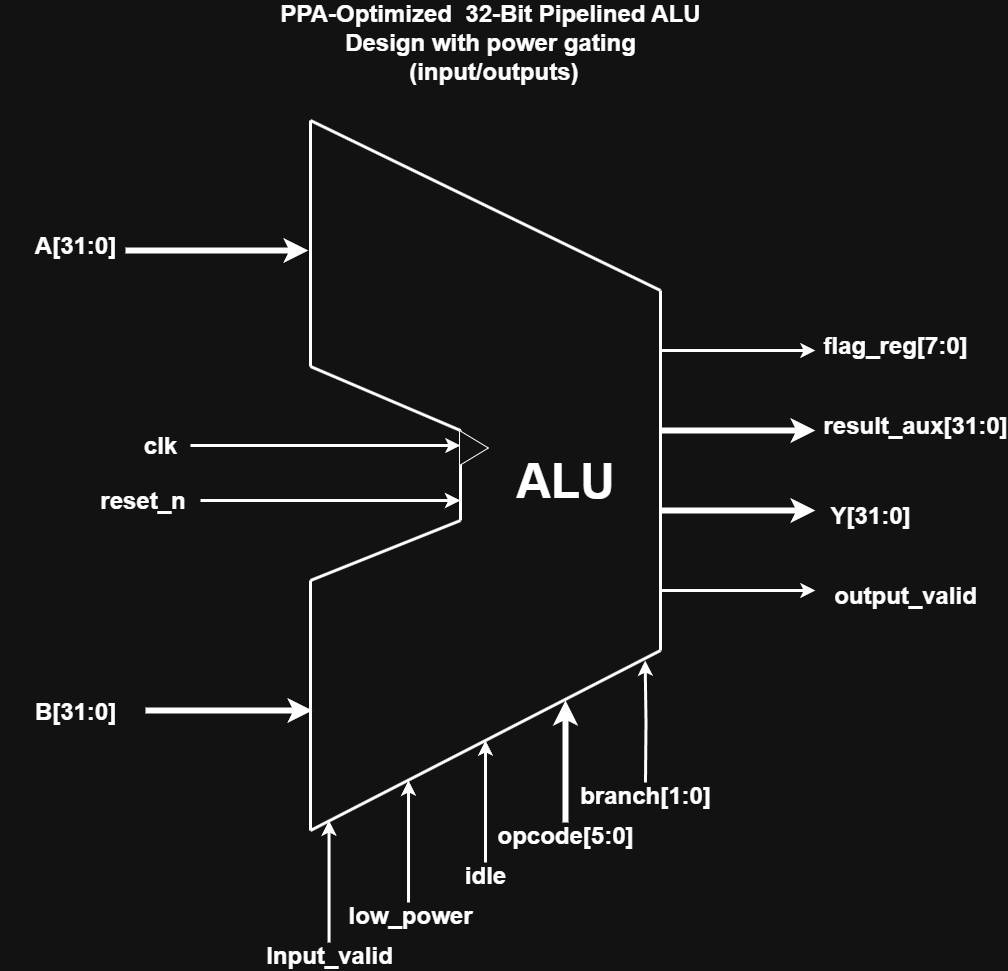
Earlier version of the draw.io export documents/schematics/alu_simple.drawio.png (BekiryY/PPA-Optimized-32-bit-Pipelined-ALU-Design). Source tidied: cells renumbered, new cells last; positions are measured from the earlier drawing's top-left corner, leaving out a move shared by most shapes.
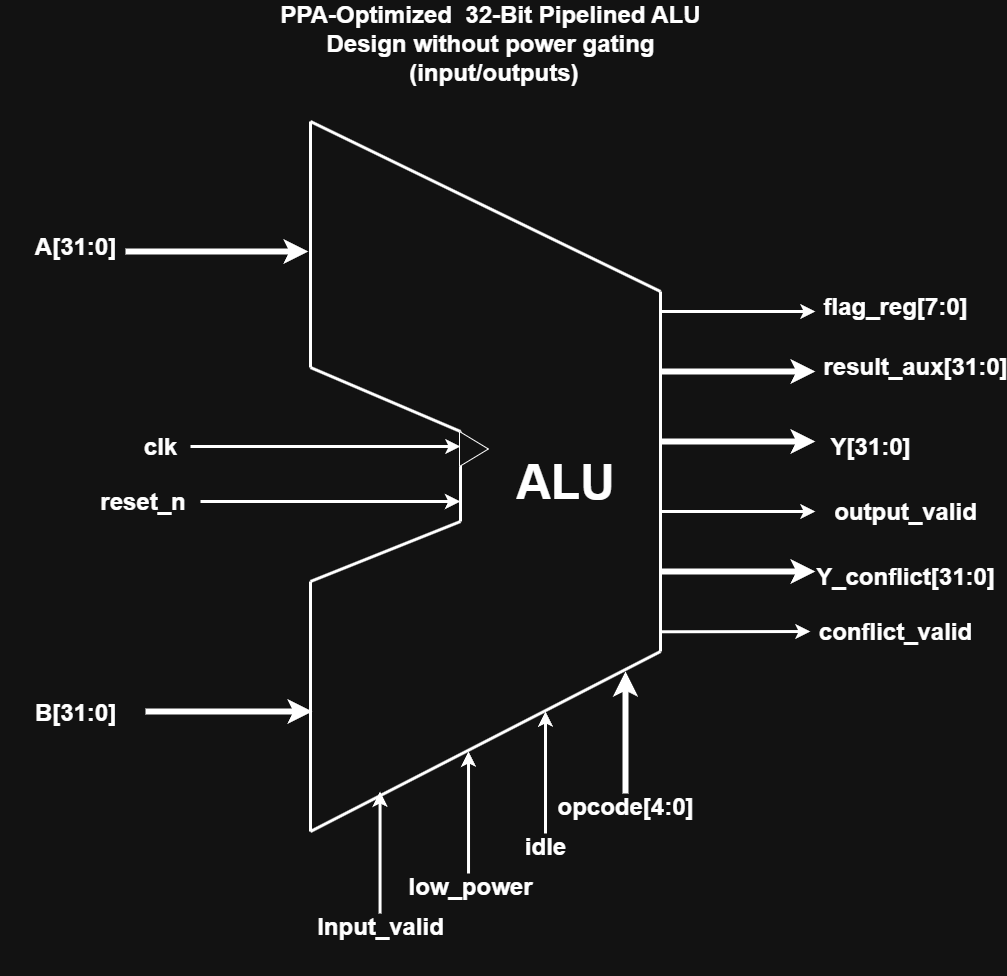
After the commit.

Commit message:
updating schematic views

Diff of the diagram source:
```diff
@@ -2,7 +2,7 @@
   <root>
     <mxCell id="0" />
     <mxCell id="1" parent="0" />
-    <mxCell id="2" value="PPA-Optimized&amp;nbsp; 32-Bit Pipelined ALU Design with power gating&lt;div&gt;&amp;nbsp;(input/outputs)&lt;/div&gt;" style="text;html=1;align=center;verticalAlign=middle;whiteSpace=wrap;rounded=0;fontSize=24;fontStyle=1;" parent="1" vertex="1">
+    <mxCell id="2" value="PPA-Optimized&amp;nbsp; 32-Bit Pipelined ALU Design without power gating&lt;div&gt;&amp;nbsp;(input/outputs)&lt;/div&gt;" style="text;html=1;align=center;verticalAlign=middle;whiteSpace=wrap;rounded=0;fontSize=24;fontStyle=1;" parent="1" vertex="1">
       <mxGeometry x="250" width="480" height="84" as="geometry" />
     </mxCell>
     <mxCell id="3" style="endArrow=classic;html=1;rounded=0;strokeWidth=6;" parent="1" edge="1">
@@ -18,14 +18,8 @@
       </mxGeometry>
     </mxCell>
     <mxCell id="5" style="group;rotation=90;" parent="1" vertex="1">
-      <mxGeometry x="130" y="300" width="710" height="590" as="geometry" />
+      <mxGeometry x="130" y="300" width="710" height="640" as="geometry" />
     </mxCell>
-    <mxCell id="6" style="endArrow=none;html=1;rounded=0;strokeWidth=3;" parent="5" edge="1">
-      <mxGeometry relative="1" as="geometry">
-        <mxPoint x="330" y="220" as="sourcePoint" />
-        <mxPoint x="180" y="280" as="targetPoint" />
-      </mxGeometry>
-    </mxCell>
     <mxCell id="7" style="endArrow=none;html=1;rounded=0;strokeWidth=3;" parent="5" edge="1">
       <mxGeometry relative="1" as="geometry">
         <mxPoint x="530" y="350" as="sourcePoint" />
@@ -38,12 +32,6 @@
         <mxPoint x="180" y="530" as="targetPoint" />
       </mxGeometry>
     </mxCell>
-    <mxCell id="9" style="endArrow=none;html=1;rounded=0;strokeWidth=3;" parent="5" edge="1">
-      <mxGeometry relative="1" as="geometry">
-        <mxPoint x="530" y="-10" as="sourcePoint" />
-        <mxPoint x="180" y="-180" as="targetPoint" />
-      </mxGeometry>
-    </mxCell>
     <mxCell id="10" style="endArrow=none;html=1;rounded=0;strokeWidth=3;" parent="5" edge="1">
       <mxGeometry relative="1" as="geometry">
         <mxPoint x="330" y="130" as="sourcePoint" />
@@ -62,12 +50,6 @@
         <mxPoint x="330" y="220" as="targetPoint" />
       </mxGeometry>
     </mxCell>
-    <mxCell id="13" style="endArrow=none;html=1;rounded=0;strokeWidth=3;" parent="5" edge="1">
-      <mxGeometry relative="1" as="geometry">
-        <mxPoint x="530" y="350" as="sourcePoint" />
-        <mxPoint x="530" y="-10" as="targetPoint" />
-      </mxGeometry>
-    </mxCell>
     <mxCell id="14" style="endArrow=classic;html=1;rounded=0;strokeWidth=3;exitX=1;exitY=0.5;exitDx=0;exitDy=0;" parent="5" edge="1" source="34">
       <mxGeometry relative="1" as="geometry">
         <mxPoint x="330" y="145" as="targetPoint" />
@@ -81,104 +63,140 @@
     <mxCell id="16" style="triangle;whiteSpace=wrap;html=1;" parent="5" vertex="1">
       <mxGeometry x="329" y="130" width="28.9" height="35" as="geometry" />
     </mxCell>
-    <mxCell id="17" style="edgeStyle=orthogonalEdgeStyle;rounded=0;orthogonalLoop=1;jettySize=auto;html=1;strokeWidth=3;" parent="5" edge="1">
-      <mxGeometry relative="1" as="geometry">
-        <mxPoint x="355" y="562" as="sourcePoint" />
-        <mxPoint x="355" y="440" as="targetPoint" />
-      </mxGeometry>
-    </mxCell>
-    <mxCell id="18" value="&lt;b&gt;&lt;font style=&quot;font-size: 24px;&quot;&gt;idle&lt;/font&gt;&lt;/b&gt;" style="text;html=1;align=center;verticalAlign=middle;whiteSpace=wrap;rounded=0;" parent="5" vertex="1">
-      <mxGeometry x="325" y="560" width="60" height="30" as="geometry" />
-    </mxCell>
-    <mxCell id="19" style="edgeStyle=orthogonalEdgeStyle;rounded=0;orthogonalLoop=1;jettySize=auto;html=1;strokeWidth=6;" parent="5" edge="1">
-      <mxGeometry relative="1" as="geometry">
-        <mxPoint x="435" y="522" as="sourcePoint" />
-        <mxPoint x="435" y="400" as="targetPoint" />
-      </mxGeometry>
-    </mxCell>
-    <mxCell id="20" value="opcode[5:0]" style="text;html=1;align=center;verticalAlign=middle;whiteSpace=wrap;rounded=0;fontStyle=1;fontSize=24;" parent="5" vertex="1">
-      <mxGeometry x="405" y="520" width="60" height="30" as="geometry" />
-    </mxCell>
-    <mxCell id="21" value="&lt;b&gt;&lt;font style=&quot;font-size: 24px;&quot;&gt;branch[1:0]&lt;/font&gt;&lt;/b&gt;" style="text;html=1;align=center;verticalAlign=middle;whiteSpace=wrap;rounded=0;" parent="5" vertex="1">
-      <mxGeometry x="485" y="480" width="60" height="30" as="geometry" />
-    </mxCell>
-    <mxCell id="22" style="edgeStyle=orthogonalEdgeStyle;rounded=0;orthogonalLoop=1;jettySize=auto;html=1;strokeWidth=3;" parent="5" edge="1">
-      <mxGeometry relative="1" as="geometry">
-        <mxPoint x="515" y="482" as="sourcePoint" />
-        <mxPoint x="514.6" y="360" as="targetPoint" />
-      </mxGeometry>
-    </mxCell>
-    <mxCell id="23" style="edgeStyle=orthogonalEdgeStyle;rounded=0;orthogonalLoop=1;jettySize=auto;html=1;exitX=0.5;exitY=1;exitDx=0;exitDy=0;" parent="5" edge="1" source="21" target="21">
-      <mxGeometry relative="1" as="geometry" />
+    <mxCell id="23" style="edgeStyle=orthogonalEdgeStyle;rounded=0;orthogonalLoop=1;jettySize=auto;html=1;exitX=0.5;exitY=1;exitDx=0;exitDy=0;" parent="5" edge="1">
+      <mxGeometry relative="1" as="geometry">
+        <mxPoint x="515" y="510" as="sourcePoint" />
+        <mxPoint x="515" y="510" as="targetPoint" />
+      </mxGeometry>
     </mxCell>
     <mxCell id="24" style="endArrow=classic;html=1;rounded=0;strokeWidth=6;startSize=6;" parent="5" edge="1">
       <mxGeometry relative="1" as="geometry">
-        <mxPoint x="530" y="210" as="sourcePoint" />
-        <mxPoint x="685" y="210" as="targetPoint" />
+        <mxPoint x="530" y="140" as="sourcePoint" />
+        <mxPoint x="685" y="140" as="targetPoint" />
       </mxGeometry>
     </mxCell>
     <mxCell id="25" style="endArrow=classic;html=1;rounded=0;strokeWidth=6;startSize=6;" parent="5" edge="1">
       <mxGeometry relative="1" as="geometry">
-        <mxPoint x="530" y="130" as="sourcePoint" />
-        <mxPoint x="685" y="130" as="targetPoint" />
+        <mxPoint x="530" y="70" as="sourcePoint" />
+        <mxPoint x="685" y="70" as="targetPoint" />
       </mxGeometry>
     </mxCell>
     <mxCell id="26" style="endArrow=classic;html=1;rounded=0;strokeWidth=3;startSize=6;" parent="5" edge="1">
       <mxGeometry relative="1" as="geometry">
-        <mxPoint x="530" y="50" as="sourcePoint" />
-        <mxPoint x="685" y="50" as="targetPoint" />
+        <mxPoint x="530" y="10" as="sourcePoint" />
+        <mxPoint x="685" y="10" as="targetPoint" />
       </mxGeometry>
     </mxCell>
     <mxCell id="27" style="endArrow=classic;html=1;rounded=0;strokeWidth=3;startSize=6;" parent="5" edge="1">
       <mxGeometry relative="1" as="geometry">
-        <mxPoint x="530" y="290" as="sourcePoint" />
-        <mxPoint x="685" y="290" as="targetPoint" />
+        <mxPoint x="530" y="210" as="sourcePoint" />
+        <mxPoint x="685" y="210" as="targetPoint" />
       </mxGeometry>
     </mxCell>
     <mxCell id="28" value="&lt;font style=&quot;font-size: 48px;&quot;&gt;&lt;b style=&quot;&quot;&gt;ALU&lt;/b&gt;&lt;/font&gt;" style="text;html=1;align=center;verticalAlign=middle;whiteSpace=wrap;rounded=0;" parent="5" vertex="1">
       <mxGeometry x="405" y="165" width="60" height="30" as="geometry" />
     </mxCell>
+    <mxCell id="17" style="edgeStyle=orthogonalEdgeStyle;rounded=0;orthogonalLoop=1;jettySize=auto;html=1;strokeWidth=3;" parent="5" edge="1">
+      <mxGeometry relative="1" as="geometry">
+        <mxPoint x="415" y="532" as="sourcePoint" />
+        <mxPoint x="415" y="410" as="targetPoint" />
+      </mxGeometry>
+    </mxCell>
+    <mxCell id="18" value="&lt;b&gt;&lt;font style=&quot;font-size: 24px;&quot;&gt;idle&lt;/font&gt;&lt;/b&gt;" style="text;html=1;align=center;verticalAlign=middle;whiteSpace=wrap;rounded=0;" parent="5" vertex="1">
+      <mxGeometry x="385" y="530" width="60" height="30" as="geometry" />
+    </mxCell>
+    <mxCell id="19" style="edgeStyle=orthogonalEdgeStyle;rounded=0;orthogonalLoop=1;jettySize=auto;html=1;strokeWidth=6;" parent="5" edge="1">
+      <mxGeometry relative="1" as="geometry">
+        <mxPoint x="495" y="492" as="sourcePoint" />
+        <mxPoint x="495" y="370" as="targetPoint" />
+      </mxGeometry>
+    </mxCell>
+    <mxCell id="20" value="opcode[4:0]" style="text;html=1;align=center;verticalAlign=middle;whiteSpace=wrap;rounded=0;fontStyle=1;fontSize=24;" parent="5" vertex="1">
+      <mxGeometry x="465" y="490" width="60" height="30" as="geometry" />
+    </mxCell>
+    <mxCell id="35" style="edgeStyle=orthogonalEdgeStyle;rounded=0;orthogonalLoop=1;jettySize=auto;html=1;strokeWidth=3;" parent="5" edge="1">
+      <mxGeometry relative="1" as="geometry">
+        <mxPoint x="338" y="572" as="sourcePoint" />
+        <mxPoint x="338" y="450" as="targetPoint" />
+      </mxGeometry>
+    </mxCell>
+    <mxCell id="36" value="&lt;font style=&quot;font-size: 24px;&quot;&gt;&lt;b&gt;low_power&lt;/b&gt;&lt;/font&gt;" style="text;html=1;align=center;verticalAlign=middle;whiteSpace=wrap;rounded=0;" parent="5" vertex="1">
+      <mxGeometry x="310" y="570" width="60" height="30" as="geometry" />
+    </mxCell>
+    <mxCell id="31" style="edgeStyle=orthogonalEdgeStyle;rounded=0;orthogonalLoop=1;jettySize=auto;html=1;strokeWidth=3;" parent="5" edge="1">
+      <mxGeometry relative="1" as="geometry">
+        <mxPoint x="249.6" y="612" as="sourcePoint" />
+        <mxPoint x="249.6" y="490" as="targetPoint" />
+      </mxGeometry>
+    </mxCell>
+    <mxCell id="32" value="&lt;b&gt;&lt;font style=&quot;font-size: 24px;&quot;&gt;Input_valid&lt;/font&gt;&lt;/b&gt;" style="text;html=1;align=center;verticalAlign=middle;whiteSpace=wrap;rounded=0;" parent="5" vertex="1">
+      <mxGeometry x="220" y="610" width="60" height="30" as="geometry" />
+    </mxCell>
+    <mxCell id="41" style="endArrow=classic;html=1;rounded=0;strokeWidth=3;startSize=6;" parent="5" edge="1">
+      <mxGeometry relative="1" as="geometry">
+        <mxPoint x="530" y="330.3" as="sourcePoint" />
+        <mxPoint x="680" y="330" as="targetPoint" />
+      </mxGeometry>
+    </mxCell>
+    <mxCell id="42" style="group;" parent="5" vertex="1">
+      <mxGeometry x="180" y="-180" width="350" height="530" as="geometry" />
+    </mxCell>
+    <mxCell id="6" style="endArrow=none;html=1;rounded=0;strokeWidth=3;" parent="42" edge="1">
+      <mxGeometry relative="1" as="geometry">
+        <mxPoint x="150" y="400" as="sourcePoint" />
+        <mxPoint y="460" as="targetPoint" />
+      </mxGeometry>
+    </mxCell>
+    <mxCell id="43" style="group;" parent="42" vertex="1">
+      <mxGeometry width="350" height="530" as="geometry" />
+    </mxCell>
+    <mxCell id="9" style="endArrow=none;html=1;rounded=0;strokeWidth=3;" parent="43" edge="1">
+      <mxGeometry relative="1" as="geometry">
+        <mxPoint x="350" y="170" as="sourcePoint" />
+        <mxPoint as="targetPoint" />
+      </mxGeometry>
+    </mxCell>
+    <mxCell id="13" style="endArrow=none;html=1;rounded=0;strokeWidth=3;" parent="43" edge="1">
+      <mxGeometry relative="1" as="geometry">
+        <mxPoint x="350" y="530" as="sourcePoint" />
+        <mxPoint x="350" y="170" as="targetPoint" />
+      </mxGeometry>
+    </mxCell>
+    <mxCell id="44" style="endArrow=classic;html=1;rounded=0;strokeWidth=6;startSize=6;" parent="5" edge="1">
+      <mxGeometry relative="1" as="geometry">
+        <mxPoint x="530" y="270" as="sourcePoint" />
+        <mxPoint x="685" y="270" as="targetPoint" />
+      </mxGeometry>
+    </mxCell>
     <mxCell id="29" value="&lt;b&gt;&lt;font style=&quot;font-size: 24px;&quot;&gt;A[31:0]&lt;/font&gt;&lt;/b&gt;" style="text;html=1;align=center;verticalAlign=middle;whiteSpace=wrap;rounded=0;" parent="1" vertex="1">
       <mxGeometry x="45" y="230" width="60" height="30" as="geometry" />
     </mxCell>
     <mxCell id="30" value="&lt;span style=&quot;font-size: 24px;&quot;&gt;&lt;b&gt;B[31:0]&lt;/b&gt;&lt;/span&gt;" style="text;html=1;align=center;verticalAlign=middle;whiteSpace=wrap;rounded=0;" parent="1" vertex="1">
       <mxGeometry y="690" width="150" height="41" as="geometry" />
     </mxCell>
-    <mxCell id="31" style="edgeStyle=orthogonalEdgeStyle;rounded=0;orthogonalLoop=1;jettySize=auto;html=1;strokeWidth=3;" parent="1" edge="1">
-      <mxGeometry relative="1" as="geometry">
-        <mxPoint x="328.6" y="942" as="sourcePoint" />
-        <mxPoint x="328.6" y="820" as="targetPoint" />
-      </mxGeometry>
-    </mxCell>
-    <mxCell id="32" value="&lt;b&gt;&lt;font style=&quot;font-size: 24px;&quot;&gt;Input_valid&lt;/font&gt;&lt;/b&gt;" style="text;html=1;align=center;verticalAlign=middle;whiteSpace=wrap;rounded=0;" parent="1" vertex="1">
-      <mxGeometry x="299" y="940" width="60" height="30" as="geometry" />
-    </mxCell>
     <mxCell id="33" value="&lt;span style=&quot;font-size: 24px;&quot;&gt;&lt;b&gt;reset_n&lt;/b&gt;&lt;/span&gt;" style="text;html=1;align=center;verticalAlign=middle;whiteSpace=wrap;rounded=0;" parent="1" vertex="1">
       <mxGeometry x="85" y="480" width="115" height="40" as="geometry" />
     </mxCell>
     <mxCell id="34" value="&lt;b&gt;&lt;font style=&quot;font-size: 24px;&quot;&gt;clk&lt;/font&gt;&lt;/b&gt;" style="text;html=1;align=center;verticalAlign=middle;whiteSpace=wrap;rounded=0;" parent="1" vertex="1">
       <mxGeometry x="130" y="430" width="60" height="30" as="geometry" />
     </mxCell>
-    <mxCell id="35" style="edgeStyle=orthogonalEdgeStyle;rounded=0;orthogonalLoop=1;jettySize=auto;html=1;strokeWidth=3;" parent="1" edge="1">
-      <mxGeometry relative="1" as="geometry">
-        <mxPoint x="408" y="902" as="sourcePoint" />
-        <mxPoint x="408" y="780" as="targetPoint" />
-      </mxGeometry>
-    </mxCell>
-    <mxCell id="36" value="&lt;font style=&quot;font-size: 24px;&quot;&gt;&lt;b&gt;low_power&lt;/b&gt;&lt;/font&gt;" style="text;html=1;align=center;verticalAlign=middle;whiteSpace=wrap;rounded=0;" parent="1" vertex="1">
-      <mxGeometry x="380" y="900" width="60" height="30" as="geometry" />
-    </mxCell>
     <mxCell id="37" value="&lt;font style=&quot;font-size: 24px;&quot;&gt;Y[31:0]&lt;/font&gt;" style="text;html=1;align=center;verticalAlign=middle;whiteSpace=wrap;rounded=0;fontStyle=1;" parent="1" vertex="1">
-      <mxGeometry x="840" y="500" width="60" height="30" as="geometry" />
+      <mxGeometry x="840" y="430" width="60" height="30" as="geometry" />
     </mxCell>
     <mxCell id="38" value="&lt;font style=&quot;font-size: 24px;&quot;&gt;result_aux[31:0]&lt;/font&gt;" style="text;html=1;align=center;verticalAlign=middle;whiteSpace=wrap;rounded=0;fontStyle=1;" parent="1" vertex="1">
-      <mxGeometry x="885" y="410" width="60" height="30" as="geometry" />
+      <mxGeometry x="885" y="350" width="60" height="30" as="geometry" />
     </mxCell>
     <mxCell id="39" value="&lt;font style=&quot;font-size: 24px;&quot;&gt;output_valid&lt;/font&gt;" style="text;html=1;align=center;verticalAlign=middle;whiteSpace=wrap;rounded=0;fontStyle=1;" parent="1" vertex="1">
-      <mxGeometry x="875" y="580" width="60" height="30" as="geometry" />
+      <mxGeometry x="875" y="495" width="60" height="30" as="geometry" />
     </mxCell>
     <mxCell id="40" value="&lt;b&gt;&lt;font style=&quot;font-size: 24px;&quot;&gt;flag_reg[7:0]&lt;/font&gt;&lt;/b&gt;" style="text;html=1;align=center;verticalAlign=middle;whiteSpace=wrap;rounded=0;" parent="1" vertex="1">
-      <mxGeometry x="865" y="330" width="60" height="30" as="geometry" />
+      <mxGeometry x="865" y="290" width="60" height="30" as="geometry" />
     </mxCell>
+    <mxCell id="45" value="&lt;font style=&quot;font-size: 24px;&quot;&gt;Y_conflict[31:0]&lt;/font&gt;" style="text;html=1;align=center;verticalAlign=middle;whiteSpace=wrap;rounded=0;fontStyle=1;" parent="1" vertex="1">
+      <mxGeometry x="875" y="560" width="60" height="30" as="geometry" />
+    </mxCell>
+    <mxCell id="46" value="&lt;font style=&quot;font-size: 24px;&quot;&gt;conflict_valid&lt;/font&gt;" style="text;html=1;align=center;verticalAlign=middle;whiteSpace=wrap;rounded=0;fontStyle=1;" parent="1" vertex="1">
+      <mxGeometry x="865" y="615" width="60" height="30" as="geometry" />
+    </mxCell>
   </root>
 </mxGraphModel>
```
